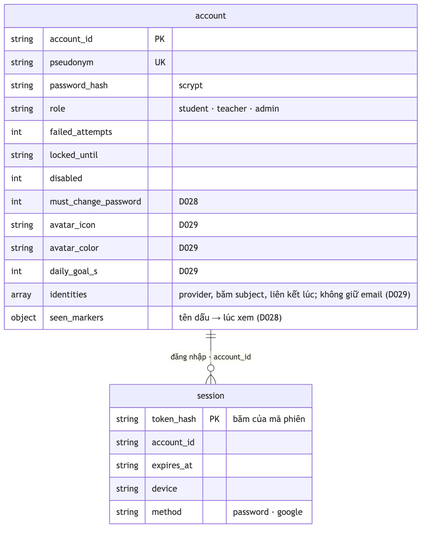
The Mermaid diagram docs/sdd/diagrams/05c_erd_identity.png in ThanhSangLouis/ai-assessor-cefr, before a commit. Its source is kept beside it as docs/sdd/diagrams/05c_erd_identity.mmd.
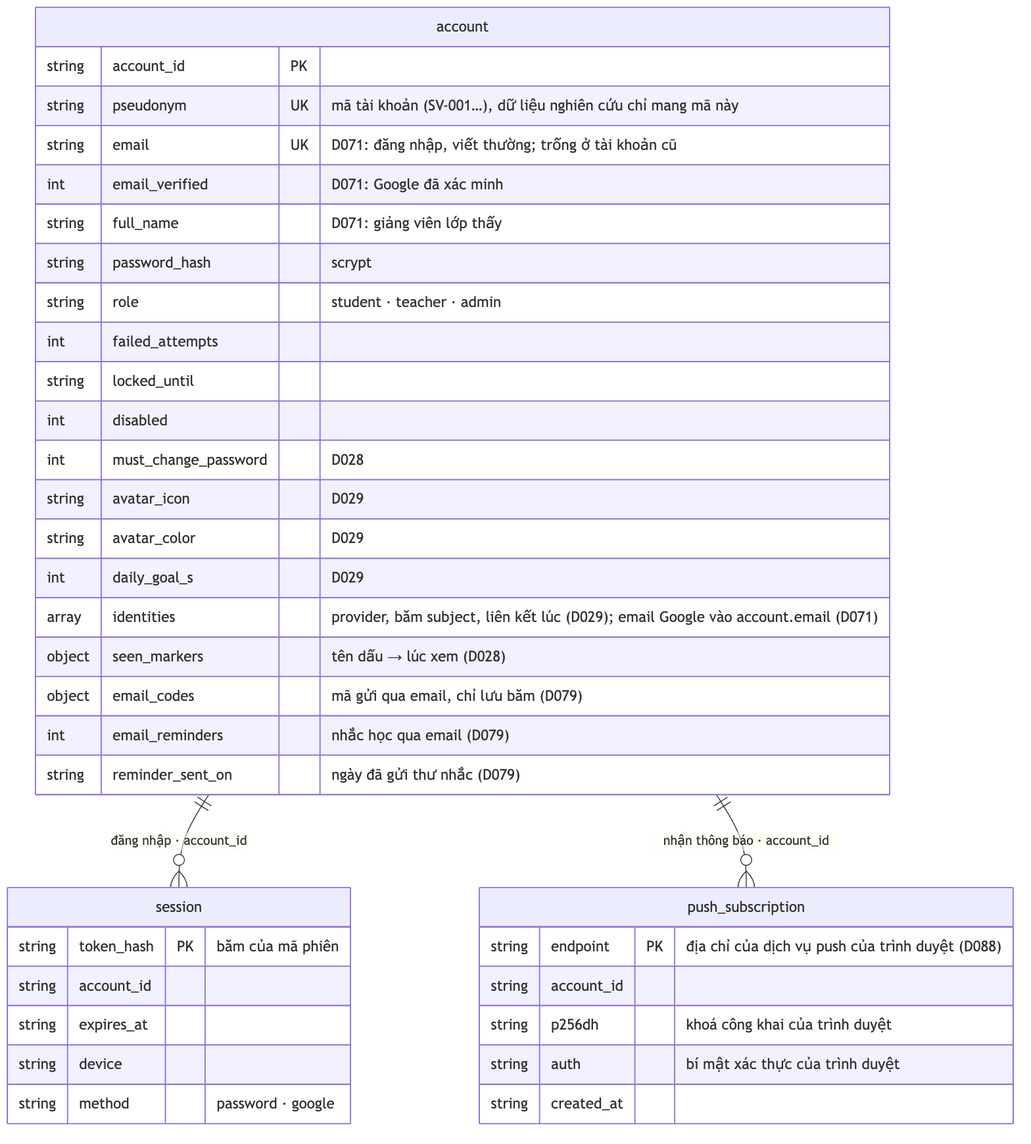
After the commit.

What changed in the source:
```diff
@@ -1,5 +1,6 @@
 erDiagram
     account ||--o{ session : "đăng nhập · account_id"
+    account ||--o{ push_subscription : "nhận thông báo · account_id"
 
     account {
         string account_id PK
@@ -30,3 +31,11 @@
         string device
         string method "password · google"
     }
+
+    push_subscription {
+        string endpoint PK "địa chỉ của dịch vụ push của trình duyệt (D088)"
+        string account_id
+        string p256dh "khoá công khai của trình duyệt"
+        string auth "bí mật xác thực của trình duyệt"
+        string created_at
+    }
```
